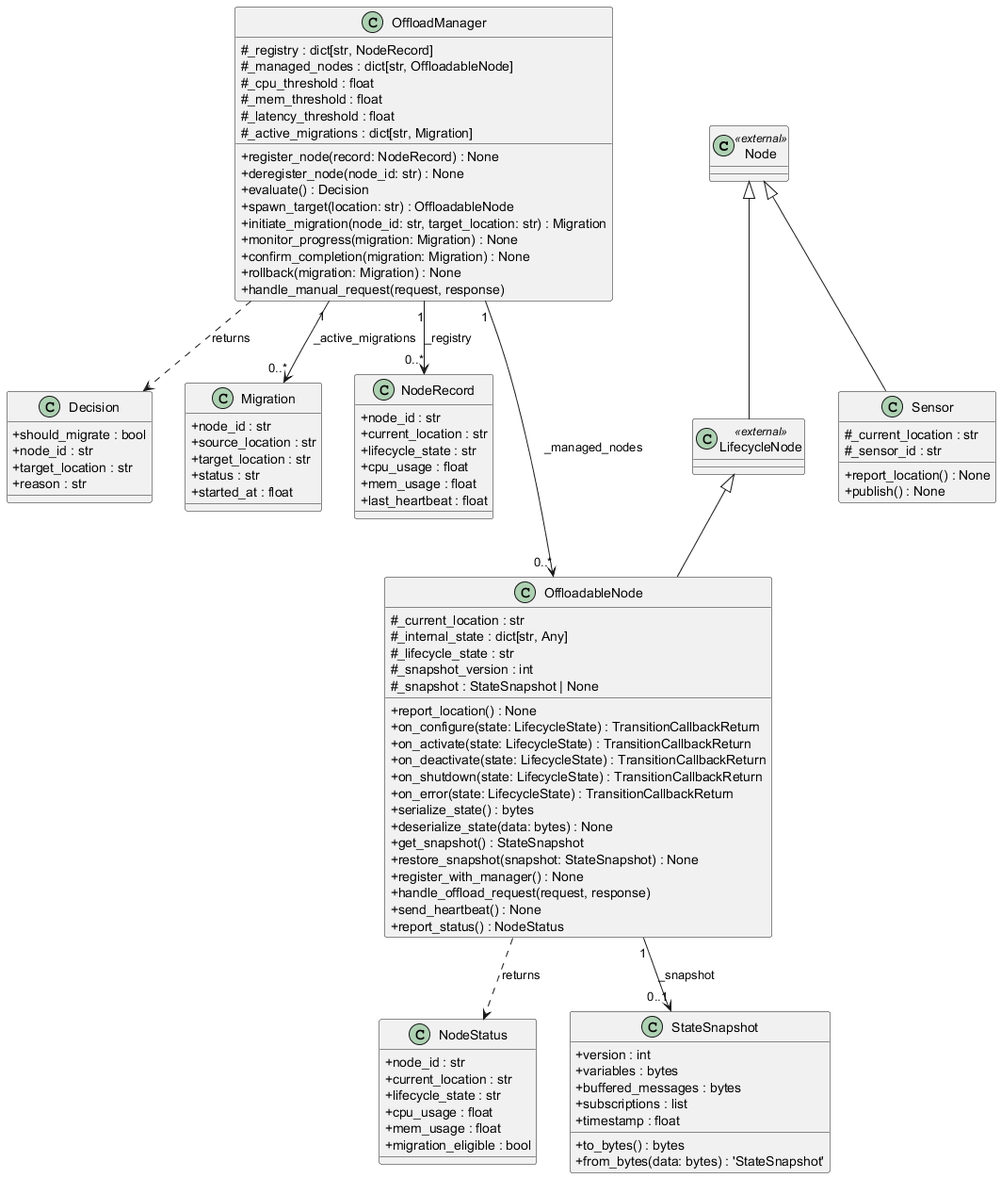
The PlantUML diagram diagrams/classes_task_offloading.png in tridibbanik17/Task_Offloading_Initial_Architecture, before a commit.
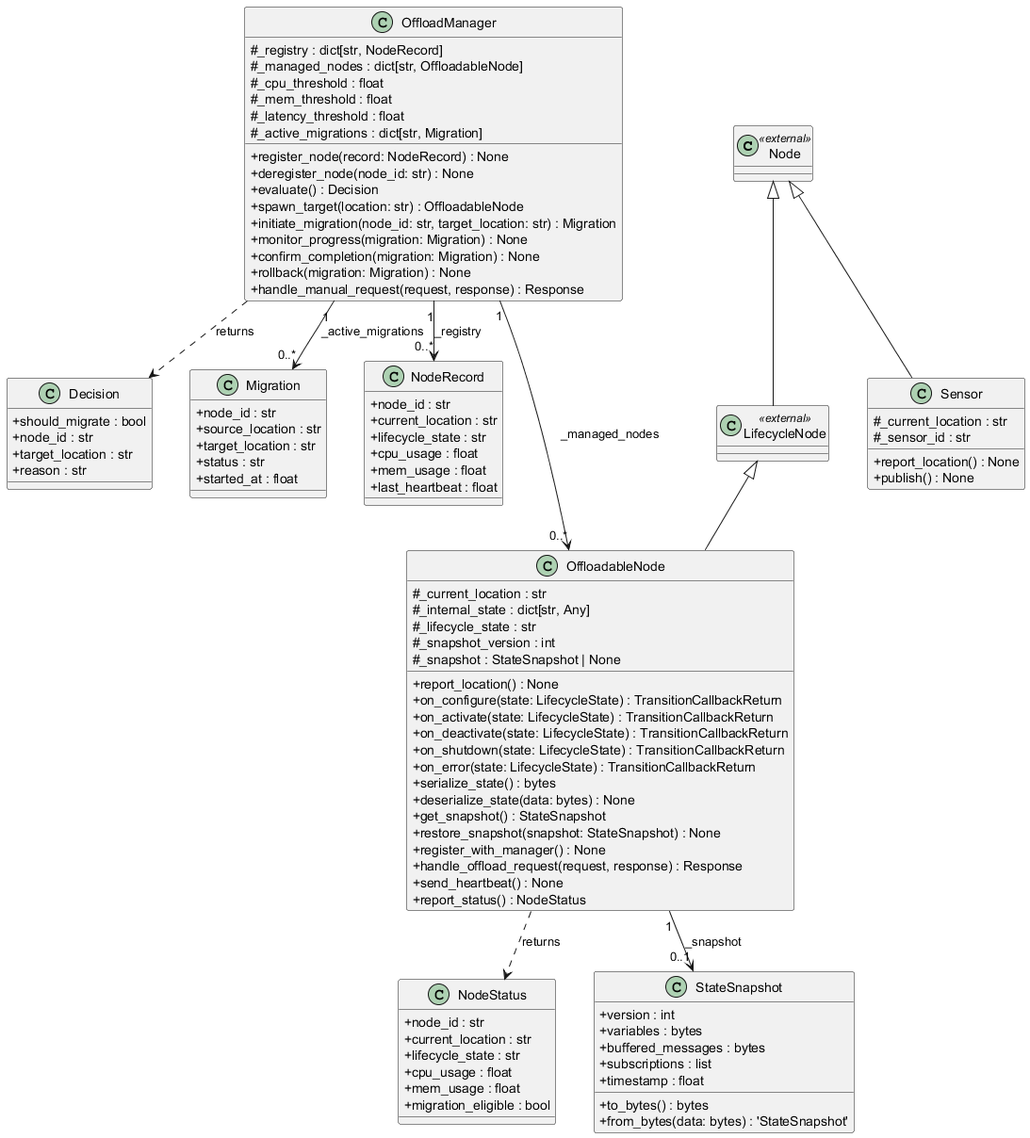
The same file after the commit.

Commit message:
Added return types for all operations

Diff of the diagram source:
```diff
@@ -3,6 +3,8 @@
 skinparam classAttributeIconSize 0
 skinparam classFontStyle plain
 skinparam classAttributeFontStyle plain
+skinparam nodesep 40
+skinparam ranksep 45
 
 class "Node" as rclpy.node.Node <<external>>
 class "LifecycleNode" as rclpy.lifecycle.LifecycleNode <<external>>
@@ -66,7 +68,7 @@
   + monitor_progress(migration: Migration) : None
   + confirm_completion(migration: Migration) : None
   + rollback(migration: Migration) : None
-  + handle_manual_request(request, response)
+  + handle_manual_request(request, response) : Response
 }
 class "OffloadableNode" as task_offloading.offloadable_node.OffloadableNode {
   # _current_location : str
@@ -85,7 +87,7 @@
   + get_snapshot() : StateSnapshot
   + restore_snapshot(snapshot: StateSnapshot) : None
   + register_with_manager() : None
-  + handle_offload_request(request, response)
+  + handle_offload_request(request, response) : Response
   + send_heartbeat() : None
   + report_status() : NodeStatus
 }
```
